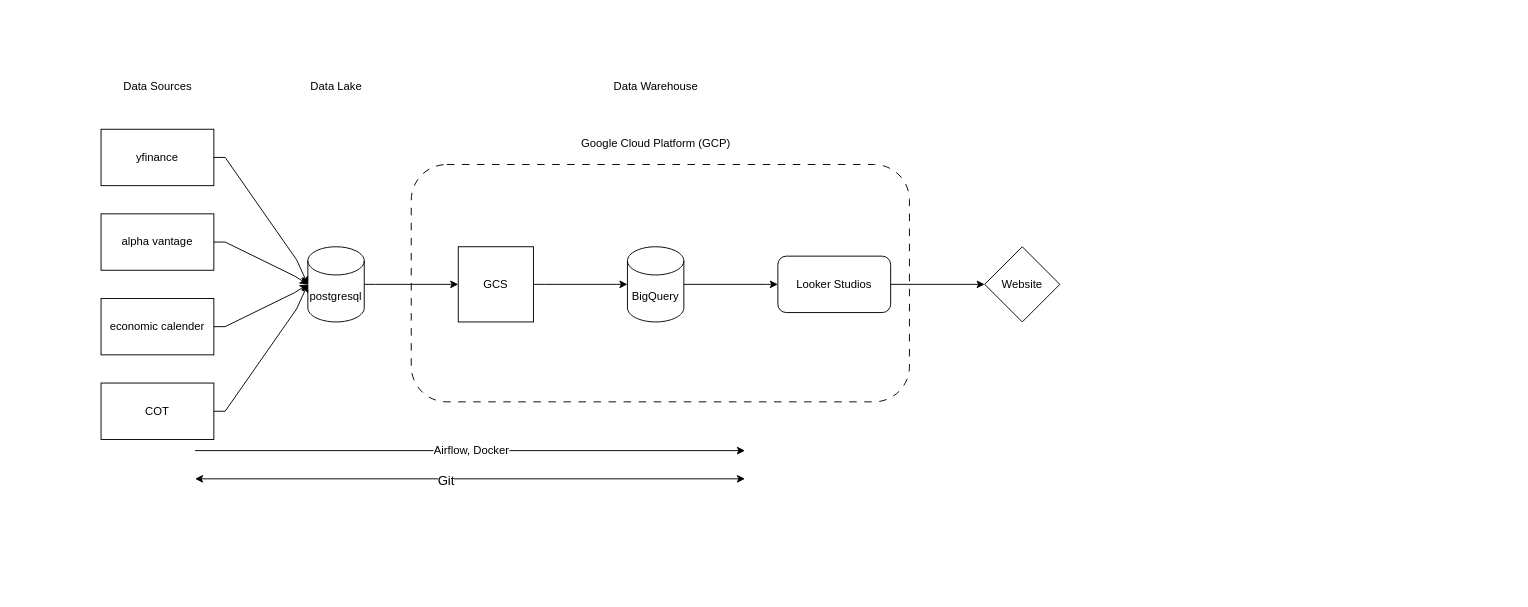
Tgop1310/Projects keeps this draw.io diagram as Stock Analysis System.drawio. Above is the earlier version. Source tidied: cells renumbered, new cells numbered last; positions are measured from the earlier drawing's top-left corner, leaving out a move shared by most shapes. Both pictures are drawn from the tidied source at 94%, with x=0, y=0 at pixel (101, 72).
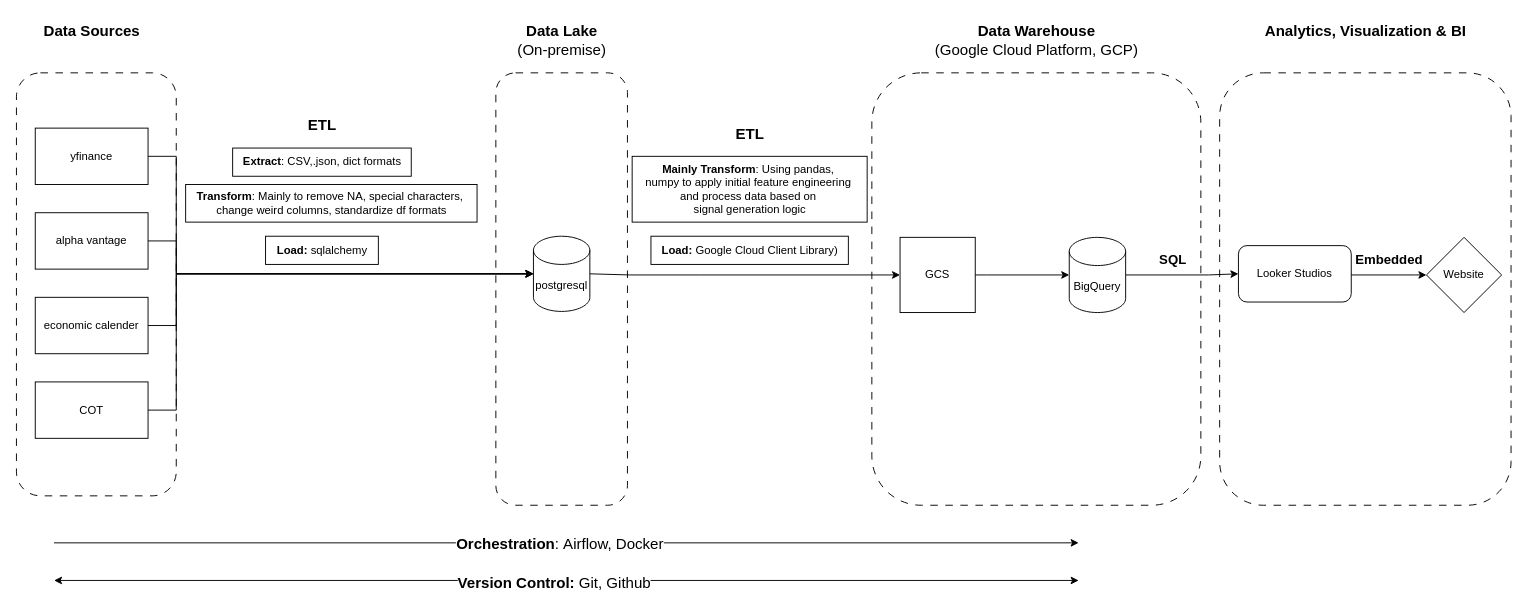
After the change.

The edit, as a diff of the source:
```diff
@@
+    <mxCell id="28" style="rounded=1;whiteSpace=wrap;html=1;fillColor=none;dashed=1;dashPattern=8 8;" parent="1" vertex="1">
+      <mxGeometry x="420" width="140" height="460" as="geometry" />
+    </mxCell>
+    <mxCell id="29" style="rounded=1;whiteSpace=wrap;html=1;fillColor=none;dashed=1;dashPattern=8 8;" parent="1" vertex="1">
+      <mxGeometry x="1190" width="310" height="460" as="geometry" />
+    </mxCell>
     <mxCell id="2" value="yfinance" style="rounded=0;whiteSpace=wrap;html=1;" parent="1" vertex="1">
-      <mxGeometry y="60" width="120" height="60" as="geometry" />
+      <mxGeometry x="-70" y="58.8" width="120" height="60" as="geometry" />
     </mxCell>
     <mxCell id="3" value="alpha vantage" style="rounded=0;whiteSpace=wrap;html=1;" parent="1" vertex="1">
-      <mxGeometry y="150" width="120" height="60" as="geometry" />
+      <mxGeometry x="-70" y="148.8" width="120" height="60" as="geometry" />
     </mxCell>
-    <mxCell id="4" value="Data Sources" style="text;html=1;align=center;verticalAlign=middle;strokeColor=none;fillColor=none;" parent="1" vertex="1">
-      <mxGeometry x="10" width="100" height="30" as="geometry" />
+    <mxCell id="4" value="Data Sources" style="text;html=1;align=center;verticalAlign=middle;strokeColor=none;fillColor=none;fontStyle=1;fontSize=16;" parent="1" vertex="1">
+      <mxGeometry x="-70" y="-60" width="120" height="30" as="geometry" />
     </mxCell>
     <mxCell id="5" style="edgeStyle=orthogonalEdgeStyle;rounded=0;jettySize=auto;html=1;exitX=1;exitY=0.5;exitDx=0;exitDy=0;exitPerimeter=0;noEdgeStyle=1;orthogonal=1;" parent="1" edge="1" source="6" target="18">
       <mxGeometry relative="1" as="geometry">
         <Array as="points">
-          <mxPoint x="292" y="225" />
-          <mxPoint x="368" y="225" />
+          <mxPoint x="562" y="215" />
+          <mxPoint x="638" y="215" />
         </Array>
       </mxGeometry>
     </mxCell>
     <mxCell id="6" value="postgresql" style="shape=cylinder3;whiteSpace=wrap;html=1;boundedLbl=1;backgroundOutline=1;size=15;" parent="1" vertex="1">
-      <mxGeometry x="220" y="185" width="60" height="80" as="geometry" />
+      <mxGeometry x="460" y="173.8" width="60" height="80" as="geometry" />
     </mxCell>
     <mxCell id="7" value="economic calender" style="rounded=0;whiteSpace=wrap;html=1;" parent="1" vertex="1">
-      <mxGeometry y="240" width="120" height="60" as="geometry" />
+      <mxGeometry x="-70" y="238.8" width="120" height="60" as="geometry" />
     </mxCell>
     <mxCell id="8" value="COT" style="rounded=0;whiteSpace=wrap;html=1;" parent="1" vertex="1">
-      <mxGeometry y="330" width="120" height="60" as="geometry" />
+      <mxGeometry x="-70" y="328.8" width="120" height="60" as="geometry" />
     </mxCell>
-    <mxCell id="9" style="edgeStyle=orthogonalEdgeStyle;rounded=0;jettySize=auto;html=1;exitX=1;exitY=0.5;exitDx=0;exitDy=0;entryX=0;entryY=0.5;entryDx=0;entryDy=0;entryPerimeter=0;noEdgeStyle=1;orthogonal=1;" parent="1" edge="1" source="7" target="6">
-      <mxGeometry relative="1" as="geometry">
-        <Array as="points">
-          <mxPoint x="132" y="270" />
-          <mxPoint x="206" y="233.8" />
-        </Array>
-      </mxGeometry>
-    </mxCell>
-    <mxCell id="10" style="edgeStyle=orthogonalEdgeStyle;rounded=0;jettySize=auto;html=1;exitX=1;exitY=0.5;exitDx=0;exitDy=0;entryX=0;entryY=0.5;entryDx=0;entryDy=0;entryPerimeter=0;noEdgeStyle=1;orthogonal=1;" parent="1" edge="1" source="2" target="6">
-      <mxGeometry relative="1" as="geometry">
-        <Array as="points">
-          <mxPoint x="132" y="90" />
-          <mxPoint x="208" y="198.8" />
-        </Array>
-      </mxGeometry>
-    </mxCell>
-    <mxCell id="11" style="edgeStyle=orthogonalEdgeStyle;rounded=0;jettySize=auto;html=1;entryX=0;entryY=0.5;entryDx=0;entryDy=0;entryPerimeter=0;noEdgeStyle=1;orthogonal=1;" parent="1" edge="1" source="3" target="6">
-      <mxGeometry relative="1" as="geometry">
-        <Array as="points">
-          <mxPoint x="132" y="180" />
-          <mxPoint x="206" y="216.2" />
-        </Array>
-      </mxGeometry>
-    </mxCell>
-    <mxCell id="12" style="edgeStyle=orthogonalEdgeStyle;rounded=0;jettySize=auto;html=1;exitX=1;exitY=0.5;exitDx=0;exitDy=0;entryX=0;entryY=0.5;entryDx=0;entryDy=0;entryPerimeter=0;noEdgeStyle=1;orthogonal=1;" parent="1" edge="1" source="8" target="6">
-      <mxGeometry relative="1" as="geometry">
-        <Array as="points">
-          <mxPoint x="132" y="360" />
-          <mxPoint x="208" y="251.2" />
-        </Array>
-      </mxGeometry>
-    </mxCell>
-    <mxCell id="13" value="Data Lake" style="text;html=1;align=center;verticalAlign=middle;strokeColor=none;fillColor=none;" parent="1" vertex="1">
-      <mxGeometry x="210" width="80" height="30" as="geometry" />
+    <mxCell id="13" value="Data Lake&lt;div&gt;&lt;span style=&quot;font-weight: normal;&quot;&gt;(On-premise)&lt;/span&gt;&lt;/div&gt;" style="text;html=1;align=center;verticalAlign=middle;strokeColor=none;fillColor=none;fontStyle=1;fontSize=16;" parent="1" vertex="1">
+      <mxGeometry x="430" y="-60" width="120" height="50" as="geometry" />
     </mxCell>
     <mxCell id="14" style="rounded=1;whiteSpace=wrap;html=1;fillColor=none;dashed=1;dashPattern=8 8;" parent="1" vertex="1">
-      <mxGeometry x="330" y="97.5" width="530" height="252.5" as="geometry" />
+      <mxGeometry x="820" width="350" height="460" as="geometry" />
     </mxCell>
     <mxCell id="15" style="edgeStyle=orthogonalEdgeStyle;rounded=0;jettySize=auto;html=1;exitX=1;exitY=0.5;exitDx=0;exitDy=0;exitPerimeter=0;entryX=0;entryY=0.5;entryDx=0;entryDy=0;noEdgeStyle=1;orthogonal=1;" parent="1" edge="1" source="16" target="21">
       <mxGeometry relative="1" as="geometry">
         <Array as="points">
-          <mxPoint x="632" y="225" />
-          <mxPoint x="708" y="225" />
+          <mxPoint x="1102" y="215" />
+          <mxPoint x="1178" y="215" />
         </Array>
       </mxGeometry>
     </mxCell>
     <mxCell id="16" value="BigQuery" style="shape=cylinder3;whiteSpace=wrap;html=1;boundedLbl=1;backgroundOutline=1;size=15;" parent="1" vertex="1">
-      <mxGeometry x="560" y="185" width="60" height="80" as="geometry" />
+      <mxGeometry x="1030" y="175" width="60" height="80" as="geometry" />
     </mxCell>
-    <mxCell id="17" value="Google Cloud Platform (GCP)" style="text;html=1;align=center;verticalAlign=middle;strokeColor=none;fillColor=none;" parent="1" vertex="1">
-      <mxGeometry x="500" y="60" width="180" height="30" as="geometry" />
-    </mxCell>
     <mxCell id="18" value="GCS" style="whiteSpace=wrap;html=1;" parent="1" vertex="1">
-      <mxGeometry x="380" y="185" width="80" height="80" as="geometry" />
+      <mxGeometry x="850" y="175" width="80" height="80" as="geometry" />
     </mxCell>
     <mxCell id="19" style="edgeStyle=orthogonalEdgeStyle;rounded=0;jettySize=auto;html=1;exitX=1;exitY=0.5;exitDx=0;exitDy=0;entryX=0;entryY=0.5;entryDx=0;entryDy=0;entryPerimeter=0;noEdgeStyle=1;orthogonal=1;" parent="1" edge="1" source="18" target="16">
       <mxGeometry relative="1" as="geometry">
         <Array as="points">
-          <mxPoint x="472" y="225" />
-          <mxPoint x="548" y="225" />
+          <mxPoint x="942" y="215" />
+          <mxPoint x="1018" y="215" />
         </Array>
       </mxGeometry>
     </mxCell>
     <mxCell id="20" style="edgeStyle=orthogonalEdgeStyle;rounded=0;jettySize=auto;html=1;exitX=1;exitY=0.5;exitDx=0;exitDy=0;entryX=0;entryY=0.5;entryDx=0;entryDy=0;noEdgeStyle=1;orthogonal=1;" parent="1" edge="1" source="21" target="23">
       <mxGeometry relative="1" as="geometry">
         <Array as="points">
-          <mxPoint x="852" y="225" />
-          <mxPoint x="928" y="225" />
+          <mxPoint x="1322" y="215" />
+          <mxPoint x="1398" y="215" />
         </Array>
       </mxGeometry>
     </mxCell>
     <mxCell id="21" value="Looker Studios" style="rounded=1;whiteSpace=wrap;html=1;" parent="1" vertex="1">
-      <mxGeometry x="720" y="195" width="120" height="60" as="geometry" />
+      <mxGeometry x="1210" y="183.8" width="120" height="60" as="geometry" />
     </mxCell>
-    <mxCell id="22" value="Data Warehouse" style="text;html=1;align=center;verticalAlign=middle;strokeColor=none;fillColor=none;" parent="1" vertex="1">
-      <mxGeometry x="535" width="110" height="30" as="geometry" />
+    <mxCell id="22" value="Data Warehouse&lt;div&gt;&lt;span style=&quot;font-weight: normal;&quot;&gt;(Google Cloud Platform, GCP)&lt;/span&gt;&lt;/div&gt;" style="text;html=1;align=center;verticalAlign=middle;strokeColor=none;fillColor=none;fontStyle=1;fontSize=16;" parent="1" vertex="1">
+      <mxGeometry x="875" y="-60" width="240" height="50" as="geometry" />
     </mxCell>
     <mxCell id="23" value="Website" style="rhombus;whiteSpace=wrap;html=1;" parent="1" vertex="1">
-      <mxGeometry x="940" y="185" width="80" height="80" as="geometry" />
+      <mxGeometry x="1410" y="175" width="80" height="80" as="geometry" />
     </mxCell>
     <mxCell id="24" style="endArrow=classic;html=1;rounded=0;" parent="1" edge="1">
       <mxGeometry relative="1" as="geometry">
-        <mxPoint x="100" y="401.9" as="sourcePoint" />
-        <mxPoint x="685" y="401.9" as="targetPoint" />
+        <mxPoint x="-50" y="500" as="sourcePoint" />
+        <mxPoint x="1040" y="500" as="targetPoint" />
       </mxGeometry>
     </mxCell>
-    <mxCell id="25" value="Airflow, Docker" style="edgeLabel;html=1;align=center;verticalAlign=middle;fontSize=12;" parent="24" vertex="1">
-      <mxGeometry relative="1" as="geometry" />
+    <mxCell id="25" value="&lt;b&gt;Orchestration&lt;/b&gt;:&amp;nbsp;&lt;span style=&quot;background-color: light-dark(#ffffff, var(--ge-dark-color, #121212)); color: light-dark(rgb(0, 0, 0), rgb(255, 255, 255));&quot;&gt;Airflow, Docker&lt;/span&gt;" style="edgeLabel;html=1;align=center;verticalAlign=middle;fontSize=16;" parent="24" vertex="1">
+      <mxGeometry relative="1" as="geometry">
+        <mxPoint x="-8" as="offset" />
+      </mxGeometry>
     </mxCell>
     <mxCell id="26" style="endArrow=classic;startArrow=classic;html=1;rounded=0;" parent="1" edge="1">
       <mxGeometry relative="1" as="geometry">
-        <mxPoint x="100" y="431.9" as="sourcePoint" />
-        <mxPoint x="685" y="431.9" as="targetPoint" />
+        <mxPoint x="-50" y="540" as="sourcePoint" />
+        <mxPoint x="1040" y="540" as="targetPoint" />
       </mxGeometry>
     </mxCell>
-    <mxCell id="27" value="Git" style="edgeLabel;html=1;align=center;verticalAlign=middle;fontSize=14;" parent="26" vertex="1">
-      <mxGeometry x="-0.09" y="-2" relative="1" as="geometry" />
+    <mxCell id="27" value="&lt;b&gt;Version Control:&lt;/b&gt; Git, Github" style="edgeLabel;html=1;align=center;verticalAlign=middle;fontSize=16;" parent="26" vertex="1">
+      <mxGeometry x="-0.09" y="-2" relative="1" as="geometry">
+        <mxPoint x="35" as="offset" />
+      </mxGeometry>
     </mxCell>
+    <mxCell id="10" style="edgeStyle=orthogonalEdgeStyle;rounded=0;jettySize=auto;html=1;entryX=0;entryY=0.5;entryDx=0;entryDy=0;entryPerimeter=0;" parent="1" edge="1" source="2" target="6">
+      <mxGeometry relative="1" as="geometry">
+        <Array as="points">
+          <mxPoint x="80" y="89" />
+          <mxPoint x="80" y="214" />
+        </Array>
+      </mxGeometry>
+    </mxCell>
+    <mxCell id="11" style="edgeStyle=orthogonalEdgeStyle;rounded=0;jettySize=auto;html=1;entryX=0;entryY=0.5;entryDx=0;entryDy=0;entryPerimeter=0;" parent="1" edge="1" source="3" target="6">
+      <mxGeometry relative="1" as="geometry">
+        <Array as="points">
+          <mxPoint x="80" y="179" />
+          <mxPoint x="80" y="214" />
+        </Array>
+      </mxGeometry>
+    </mxCell>
+    <mxCell id="9" style="edgeStyle=orthogonalEdgeStyle;rounded=0;jettySize=auto;html=1;exitX=1;exitY=0.5;exitDx=0;exitDy=0;entryX=0;entryY=0.5;entryDx=0;entryDy=0;entryPerimeter=0;" parent="1" edge="1" source="7" target="6">
+      <mxGeometry relative="1" as="geometry">
+        <Array as="points">
+          <mxPoint x="80" y="269" />
+          <mxPoint x="80" y="214" />
+        </Array>
+      </mxGeometry>
+    </mxCell>
+    <mxCell id="12" style="edgeStyle=orthogonalEdgeStyle;rounded=0;jettySize=auto;html=1;exitX=1;exitY=0.5;exitDx=0;exitDy=0;entryX=0;entryY=0.5;entryDx=0;entryDy=0;entryPerimeter=0;" parent="1" edge="1" source="8" target="6">
+      <mxGeometry relative="1" as="geometry">
+        <Array as="points">
+          <mxPoint x="80" y="359" />
+          <mxPoint x="80" y="214" />
+        </Array>
+      </mxGeometry>
+    </mxCell>
+    <mxCell id="30" value="&lt;font style=&quot;font-size: 16px;&quot;&gt;ETL&lt;/font&gt;" style="text;html=1;align=center;verticalAlign=middle;strokeColor=none;fillColor=none;fontStyle=1;" parent="1" vertex="1">
+      <mxGeometry x="210" y="40" width="50" height="30" as="geometry" />
+    </mxCell>
+    <mxCell id="31" value="&lt;font style=&quot;font-size: 16px;&quot;&gt;ETL&lt;/font&gt;" style="text;html=1;align=center;verticalAlign=middle;strokeColor=none;fillColor=none;fontStyle=1;" parent="1" vertex="1">
+      <mxGeometry x="665" y="50" width="50" height="30" as="geometry" />
+    </mxCell>
+    <mxCell id="32" style="rounded=1;whiteSpace=wrap;html=1;fillColor=none;dashed=1;dashPattern=8 8;" parent="1" vertex="1">
+      <mxGeometry x="-90" width="170" height="450" as="geometry" />
+    </mxCell>
+    <mxCell id="33" value="Analytics, Visualization &amp;amp; BI" style="text;html=1;align=center;verticalAlign=middle;strokeColor=none;fillColor=none;fontStyle=1;fontSize=16;" parent="1" vertex="1">
+      <mxGeometry x="1235" y="-60" width="220" height="30" as="geometry" />
+    </mxCell>
+    <mxCell id="34" value="SQL" style="text;html=1;align=center;verticalAlign=middle;strokeColor=none;fillColor=none;fontStyle=1;fontSize=14;" parent="1" vertex="1">
+      <mxGeometry x="1115" y="183.8" width="50" height="30" as="geometry" />
+    </mxCell>
+    <mxCell id="35" value="Embedded" style="text;html=1;align=center;verticalAlign=middle;strokeColor=none;fillColor=none;fontStyle=1;fontSize=14;" parent="1" vertex="1">
+      <mxGeometry x="1325" y="183.8" width="90" height="30" as="geometry" />
+    </mxCell>
+    <mxCell id="36" value="&lt;span style=&quot;font-weight: 700;&quot;&gt;Extract&lt;/span&gt;: CSV,.json, dict formats" style="text;html=1;align=center;verticalAlign=middle;strokeColor=default;fillColor=none;" parent="1" vertex="1">
+      <mxGeometry x="140" y="80" width="190" height="30" as="geometry" />
+    </mxCell>
+    <mxCell id="37" value="&lt;div style=&quot;font-weight: 700;&quot;&gt;Transform&lt;span style=&quot;font-weight: normal;&quot;&gt;: Mainly to remove NA,&amp;nbsp;&lt;span style=&quot;background-color: transparent; color: light-dark(rgb(0, 0, 0), rgb(255, 255, 255));&quot;&gt;special characters,&amp;nbsp;&lt;/span&gt;&lt;/span&gt;&lt;/div&gt;&lt;div style=&quot;font-weight: 700;&quot;&gt;&lt;span style=&quot;font-weight: normal;&quot;&gt;change weird columns, standardize df formats&lt;/span&gt;&lt;/div&gt;" style="text;html=1;align=center;verticalAlign=middle;strokeColor=default;fillColor=none;" parent="1" vertex="1">
+      <mxGeometry x="90" y="118.8" width="310" height="40" as="geometry" />
+    </mxCell>
+    <mxCell id="38" value="&lt;span style=&quot;font-weight: 700;&quot;&gt;Load:&lt;/span&gt;&amp;nbsp;sqlalchemy" style="text;html=1;align=center;verticalAlign=middle;strokeColor=default;fillColor=none;" parent="1" vertex="1">
+      <mxGeometry x="175" y="173.8" width="120" height="30" as="geometry" />
+    </mxCell>
+    <mxCell id="39" value="&lt;div style=&quot;font-weight: 700;&quot;&gt;&lt;div&gt;Mainly Transform&lt;span style=&quot;font-weight: normal;&quot;&gt;: &lt;/span&gt;&lt;span style=&quot;font-weight: normal; background-color: transparent; color: light-dark(rgb(0, 0, 0), rgb(255, 255, 255));&quot;&gt;Using pandas,&amp;nbsp;&lt;/span&gt;&lt;/div&gt;&lt;div&gt;&lt;span style=&quot;font-weight: normal; background-color: transparent; color: light-dark(rgb(0, 0, 0), rgb(255, 255, 255));&quot;&gt;numpy &lt;/span&gt;&lt;span style=&quot;background-color: transparent; color: light-dark(rgb(0, 0, 0), rgb(255, 255, 255)); font-weight: normal;&quot;&gt;to apply initial feature engineering&amp;nbsp;&lt;/span&gt;&lt;/div&gt;&lt;div&gt;&lt;span style=&quot;background-color: transparent; color: light-dark(rgb(0, 0, 0), rgb(255, 255, 255)); font-weight: normal;&quot;&gt;and&amp;nbsp;&lt;/span&gt;&lt;span style=&quot;background-color: transparent; color: light-dark(rgb(0, 0, 0), rgb(255, 255, 255)); font-weight: normal;&quot;&gt;process data based on&amp;nbsp;&lt;/span&gt;&lt;/div&gt;&lt;div&gt;&lt;span style=&quot;background-color: transparent; color: light-dark(rgb(0, 0, 0), rgb(255, 255, 255)); font-weight: normal;&quot;&gt;signal generation logic&lt;/span&gt;&lt;/div&gt;&lt;/div&gt;" style="text;html=1;align=center;verticalAlign=middle;strokeColor=default;fillColor=none;" parent="1" vertex="1">
+      <mxGeometry x="565" y="88.8" width="250" height="70" as="geometry" />
+    </mxCell>
+    <mxCell id="40" value="&lt;span style=&quot;font-weight: 700;&quot;&gt;Load:&lt;/span&gt;&amp;nbsp;Google Cloud Client Library)" style="text;html=1;align=center;verticalAlign=middle;strokeColor=default;fillColor=none;" parent="1" vertex="1">
+      <mxGeometry x="585" y="173.8" width="210" height="30" as="geometry" />
+    </mxCell>
```
